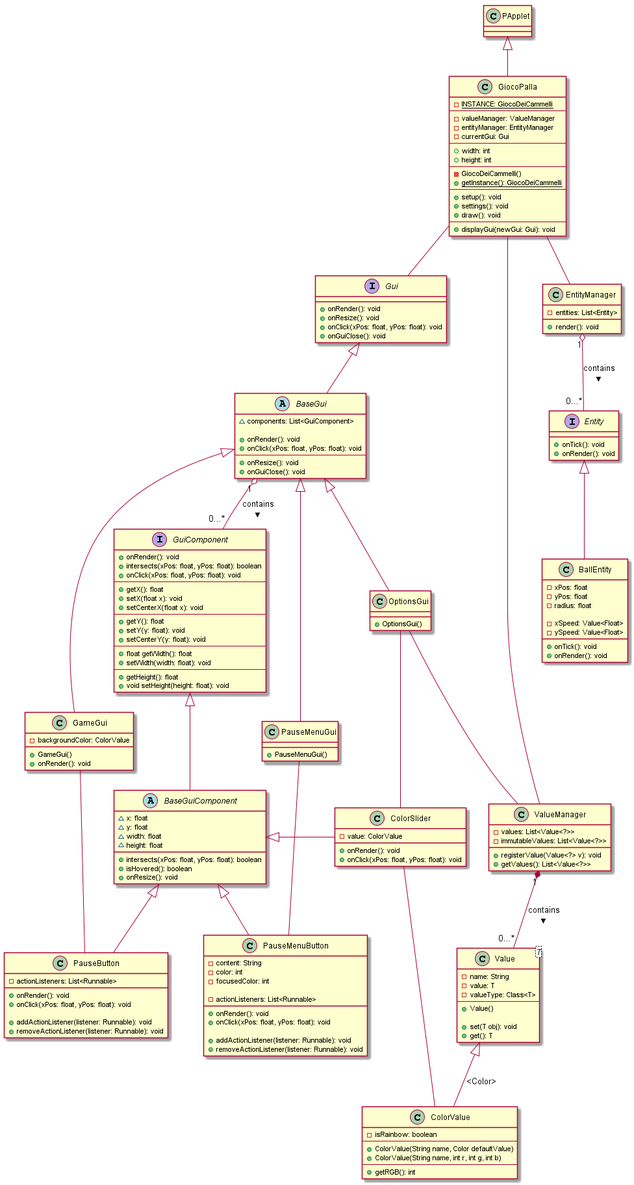
Furrrlo/GiocoDeiCammelli keeps this PlantUML diagram as docs/DIAGRAMMA_CLASSI.png. Above is the earlier version.
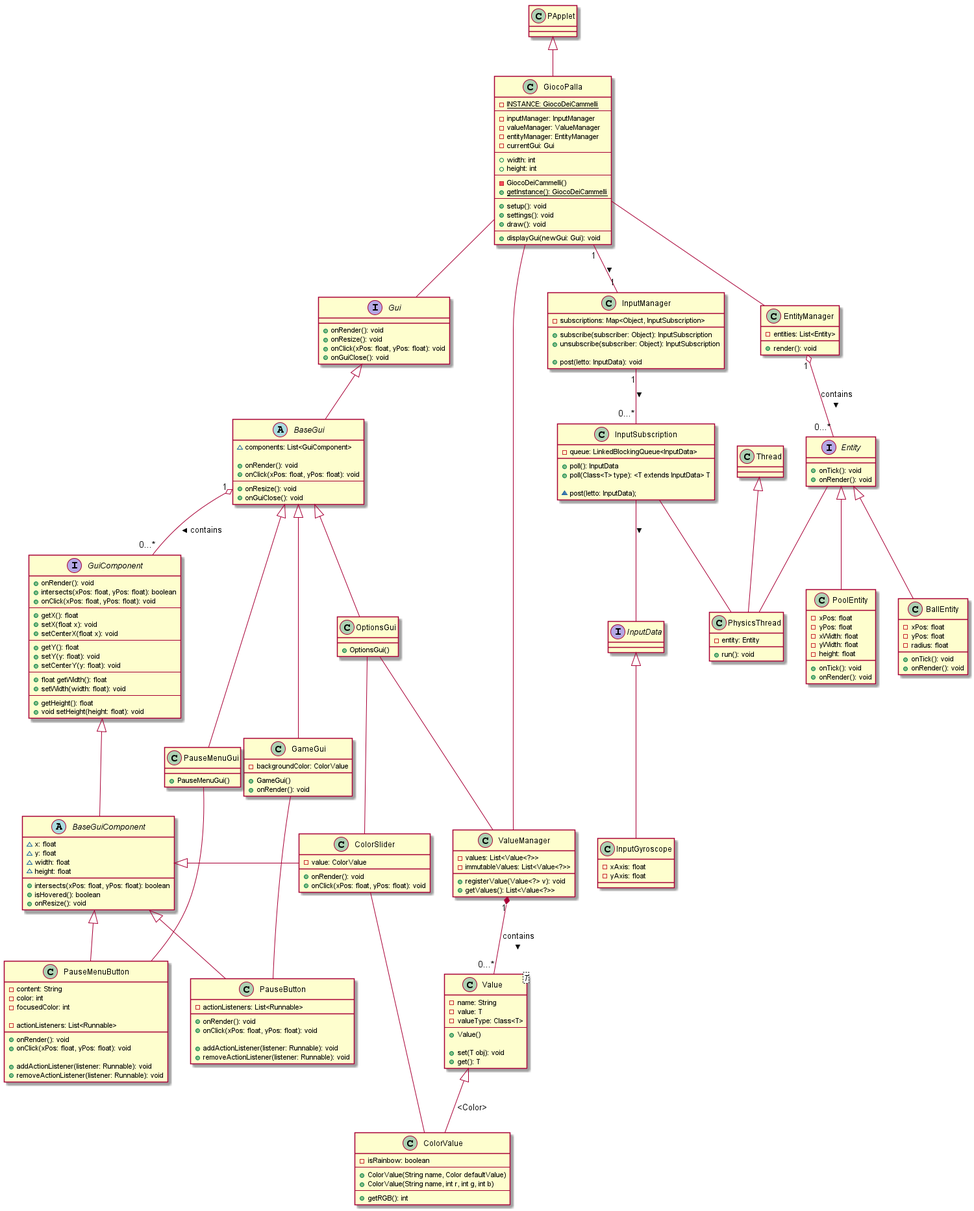
The same diagram one commit later.

Commit message:
Forgot to reexport class diagram

What changed in the source:
```diff
@@ -5,6 +5,7 @@
 class GiocoPalla {
     -{static} INSTANCE: GiocoDeiCammelli
     --
+    -inputManager: InputManager
     -valueManager: ValueManager
     -entityManager: EntityManager
     -currentGui: Gui
@@ -22,6 +23,39 @@
     +displayGui(newGui: Gui): void
 }
 
+GiocoPalla"1" -- "1"InputManager: >
+
+class InputManager {
+    -subscriptions: Map<Object, InputSubscription>
+
+    +subscribe(subscriber: Object): InputSubscription
+    +unsubscribe(subscriber: Object): InputSubscription
+
+    +post(letto: InputData): void
+}
+
+InputManager"1" -- "0...*"InputSubscription: >
+
+class InputSubscription {
+    -queue: LinkedBlockingQueue<InputData>
+
+    +poll(): InputData
+    +poll(Class<T> type): <T extends InputData> T
+
+    ~post(letto: InputData);
+}
+
+InputSubscription -- InputData: >
+
+interface InputData {
+}
+
+class InputGyroscope {
+    -xAxis: float
+    -yAxis: float
+}
+
+InputData <|--  InputGyroscope
 
 GiocoPalla -- Gui
 
@@ -102,6 +136,16 @@
     +onRender(): void
 }
 
+Thread <|-- PhysicsThread
+Entity -- PhysicsThread
+InputSubscription -- PhysicsThread
+
+class PhysicsThread {
+    -entity: Entity
+
+    +run(): void
+}
+
 Entity <|-- BallEntity
 
 class BallEntity {
@@ -109,8 +153,18 @@
     -yPos: float
     -radius: float
 
-    -xSpeed: Value<Float>
-    -ySpeed: Value<Float>
+    +onTick(): void
+    +onRender(): void
+}
+
+Entity <|-- PoolEntity
+
+class PoolEntity {
+    -xPos: float
+    -yPos: float
+    -xWidth: float
+    -yWidth: float
+    -height: float
 
     +onTick(): void
     +onRender(): void
```
